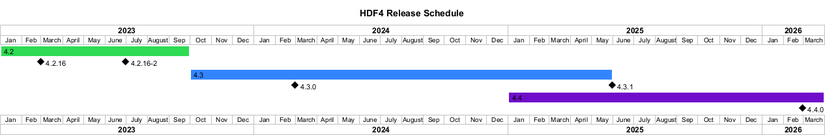
HDFGroup/hdf4 keeps this PlantUML diagram as doc/img/release-schedule.png. Above is the earlier version. Its source is kept beside it as doc/img/release-schedule.plantuml.
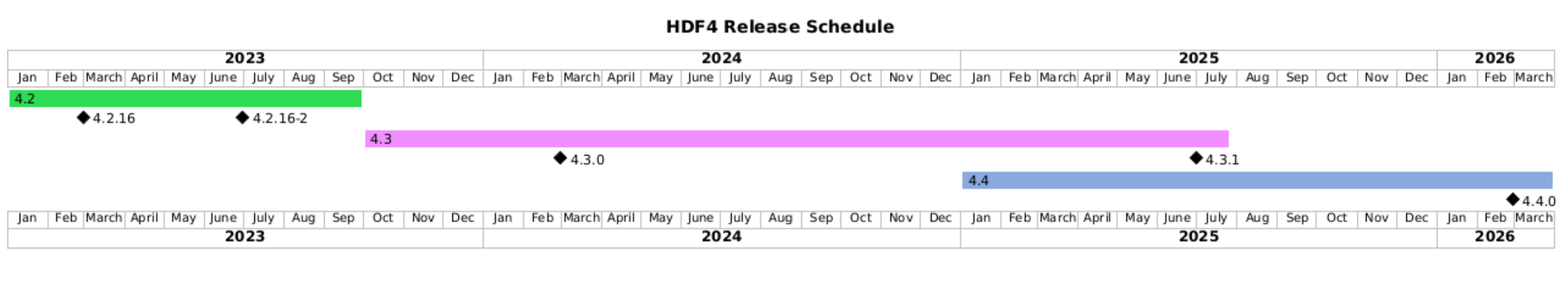
The same diagram one commit later.

Commit message:
Move HDF4 3.1 release data to end of June. (#821)

What changed in the source:
```diff
@@ -11,14 +11,14 @@
 [4.2.16-2] displays on same row as [4.2.16]
 [4.2] is colored in #2EDB54
 
-[4.3] starts 2023-10-01 and lasts 87 weeks
+[4.3] starts 2023-10-01 and lasts 95 weeks
 [4.3.0] happens 2024-02-29
-[4.3.1] happens 2025-05-30
+[4.3.1] happens 2025-06-30
 [4.3.1] displays on same row as [4.3.0]
-[4.3] is colored in #3385FF
+[4.3] is colored in #F08FFF
 
 [4.4] starts 2025-01-01 and lasts 65 weeks
 [4.4.0] happens 2026-02-28
-[4.4] is colored in #700DCB
+[4.4] is colored in #88AADD
 
 @endgantt
```
